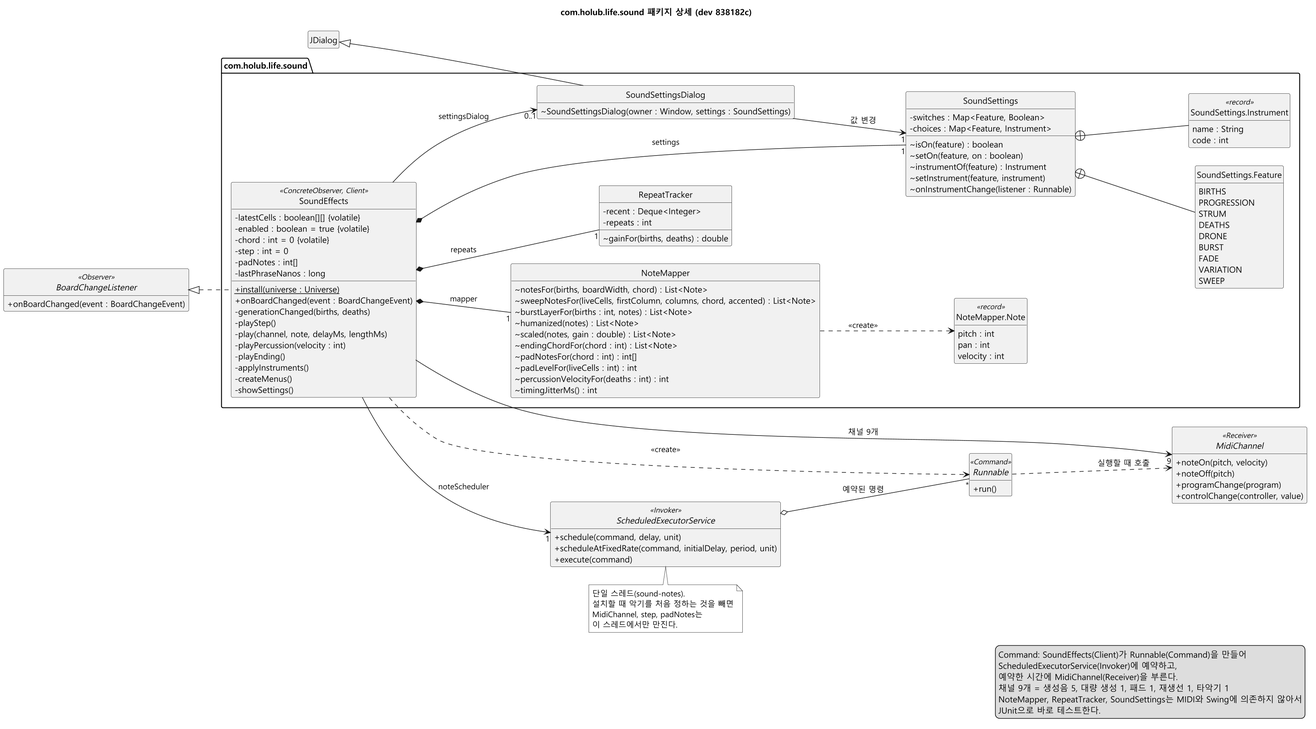
The PlantUML diagram docs/sound-effects/diagram/class-sound.png in mckimR1972/DP_team_project, before a commit.
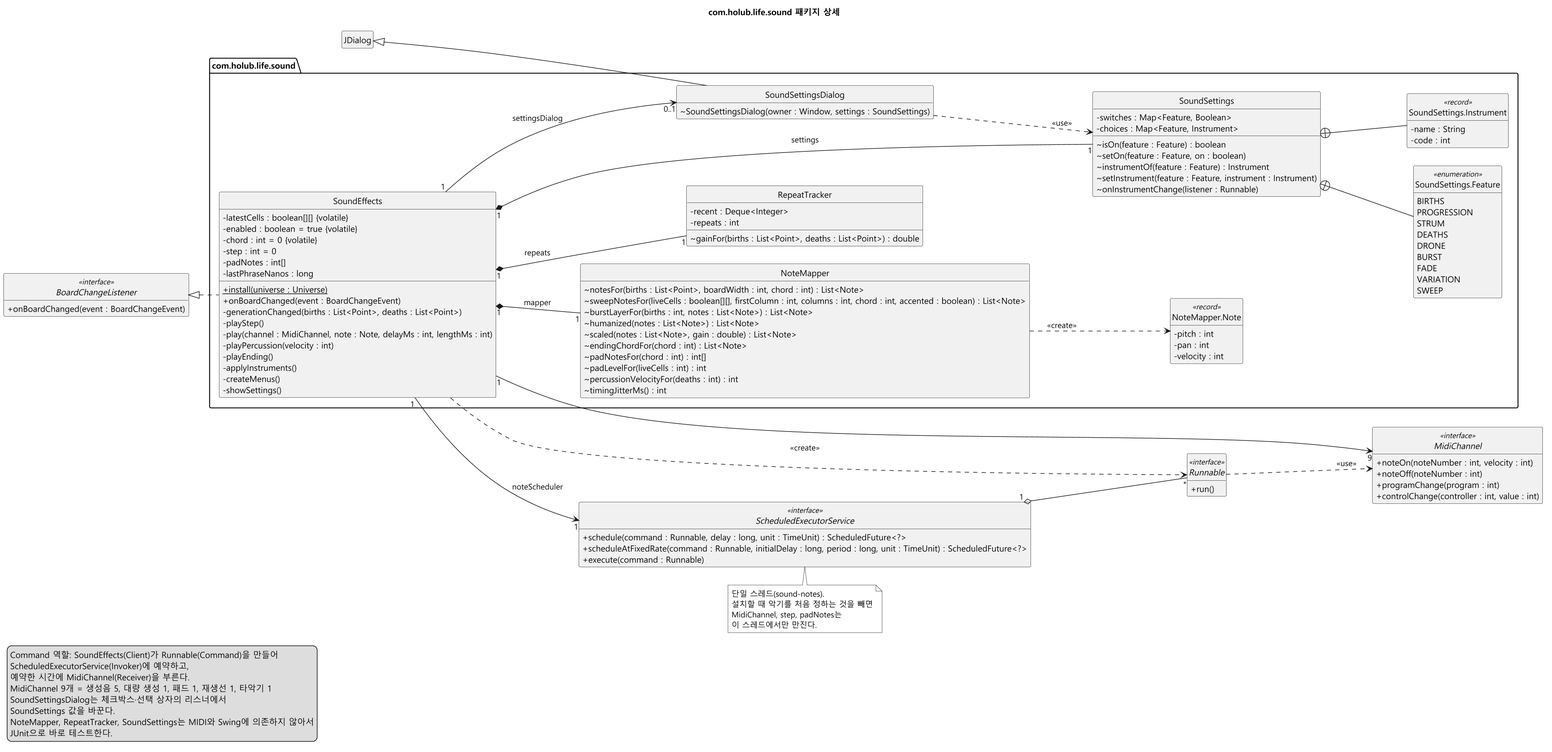
The same diagram one commit later.

Change to the diagram source:
```diff
@@ -9,16 +9,16 @@
 hide empty members
 set separator none
 left to right direction
-skinparam ranksep 70
+skinparam ranksep 50
 skinparam nodesep 30
-title com.holub.life.sound 패키지 상세 (dev 838182c)
+title com.holub.life.sound 패키지 상세
 
-interface BoardChangeListener <<Observer>> {
+interface BoardChangeListener <<interface>> {
   + onBoardChanged(event : BoardChangeEvent)
 }
 
 package "com.holub.life.sound" {
-  class SoundEffects <<ConcreteObserver, Client>> {
+  class SoundEffects {
     - latestCells : boolean[][] {volatile}
     - enabled : boolean = true {volatile}
     - chord : int = 0 {volatile}
@@ -27,9 +27,9 @@
     - lastPhraseNanos : long
     + {static} install(universe : Universe)
     + onBoardChanged(event : BoardChangeEvent)
-    - generationChanged(births, deaths)
+    - generationChanged(births : List<Point>, deaths : List<Point>)
     - playStep()
-    - play(channel, note, delayMs, lengthMs)
+    - play(channel : MidiChannel, note : Note, delayMs : int, lengthMs : int)
     - playPercussion(velocity : int)
     - playEnding()
     - applyInstruments()
@@ -38,11 +38,11 @@
   }
 
   class NoteMapper {
-    ~ notesFor(births, boardWidth, chord) : List<Note>
-    ~ sweepNotesFor(liveCells, firstColumn, columns, chord, accented) : List<Note>
-    ~ burstLayerFor(births : int, notes) : List<Note>
-    ~ humanized(notes) : List<Note>
-    ~ scaled(notes, gain : double) : List<Note>
+    ~ notesFor(births : List<Point>, boardWidth : int, chord : int) : List<Note>
+    ~ sweepNotesFor(liveCells : boolean[][], firstColumn : int, columns : int, chord : int, accented : boolean) : List<Note>
+    ~ burstLayerFor(births : int, notes : List<Note>) : List<Note>
+    ~ humanized(notes : List<Note>) : List<Note>
+    ~ scaled(notes : List<Note>, gain : double) : List<Note>
     ~ endingChordFor(chord : int) : List<Note>
     ~ padNotesFor(chord : int) : int[]
     ~ padLevelFor(liveCells : int) : int
@@ -53,16 +53,16 @@
   class RepeatTracker {
     - recent : Deque<Integer>
     - repeats : int
-    ~ gainFor(births, deaths) : double
+    ~ gainFor(births : List<Point>, deaths : List<Point>) : double
   }
 
   class SoundSettings {
     - switches : Map<Feature, Boolean>
     - choices : Map<Feature, Instrument>
-    ~ isOn(feature) : boolean
-    ~ setOn(feature, on : boolean)
-    ~ instrumentOf(feature) : Instrument
-    ~ setInstrument(feature, instrument)
+    ~ isOn(feature : Feature) : boolean
+    ~ setOn(feature : Feature, on : boolean)
+    ~ instrumentOf(feature : Feature) : Instrument
+    ~ setInstrument(feature : Feature, instrument : Instrument)
     ~ onInstrumentChange(listener : Runnable)
   }
 
@@ -71,12 +71,12 @@
   }
 
   class "NoteMapper.Note" as Note <<record>> {
-    pitch : int
-    pan : int
-    velocity : int
+    - pitch : int
+    - pan : int
+    - velocity : int
   }
 
-  enum "SoundSettings.Feature" as Feature {
+  enum "SoundSettings.Feature" as Feature <<enumeration>> {
     BIRTHS
     PROGRESSION
     STRUM
@@ -89,47 +89,47 @@
   }
 
   class "SoundSettings.Instrument" as Instrument <<record>> {
-    name : String
-    code : int
+    - name : String
+    - code : int
   }
 }
 
-interface ScheduledExecutorService <<Invoker>> {
-  + schedule(command, delay, unit)
-  + scheduleAtFixedRate(command, initialDelay, period, unit)
-  + execute(command)
+interface ScheduledExecutorService <<interface>> {
+  + schedule(command : Runnable, delay : long, unit : TimeUnit) : ScheduledFuture<?>
+  + scheduleAtFixedRate(command : Runnable, initialDelay : long, period : long, unit : TimeUnit) : ScheduledFuture<?>
+  + execute(command : Runnable)
 }
 
-interface Runnable <<Command>> {
+interface Runnable <<interface>> {
   + run()
 }
 
-interface MidiChannel <<Receiver>> {
-  + noteOn(pitch, velocity)
-  + noteOff(pitch)
-  + programChange(program)
-  + controlChange(controller, value)
+interface MidiChannel <<interface>> {
+  + noteOn(noteNumber : int, velocity : int)
+  + noteOff(noteNumber : int)
+  + programChange(program : int)
+  + controlChange(controller : int, value : int)
 }
 
 class JDialog
 
 BoardChangeListener <|.. SoundEffects
 
-SoundEffects *-- "1" NoteMapper : mapper
-SoundEffects *-- "1" RepeatTracker : repeats
-SoundEffects *-- "1" SoundSettings : settings
-SoundEffects --> "0..1" SoundSettingsDialog : settingsDialog
-SoundEffects --> "1" ScheduledExecutorService : noteScheduler
-SoundEffects --> "9" MidiChannel : 채널 9개
+SoundEffects "1" *-- "1" NoteMapper : mapper
+SoundEffects "1" *-- "1" RepeatTracker : repeats
+SoundEffects "1" *-- "1" SoundSettings : settings
+SoundEffects "1" --> "0..1" SoundSettingsDialog : settingsDialog
+SoundEffects "1" --> "1" ScheduledExecutorService : noteScheduler
+SoundEffects "1" --> "9" MidiChannel
 SoundEffects ..> Runnable : <<create>>
 
 NoteMapper ..> Note : <<create>>
 SoundSettings +-- Feature
 SoundSettings +-- Instrument
-SoundSettingsDialog --> "1" SoundSettings : 값 변경
+SoundSettingsDialog ..> SoundSettings : <<use>>
 JDialog <|-- SoundSettingsDialog
-ScheduledExecutorService o-- "*" Runnable : 예약된 명령
-Runnable ..> MidiChannel : 실행할 때 호출
+ScheduledExecutorService "1" o-- "*" Runnable
+Runnable ..> MidiChannel : <<use>>
 
 note bottom of ScheduledExecutorService
   단일 스레드(sound-notes).
@@ -138,11 +138,13 @@
   이 스레드에서만 만진다.
 end note
 
-legend right
-  Command: SoundEffects(Client)가 Runnable(Command)을 만들어
+legend bottom left
+  Command 역할: SoundEffects(Client)가 Runnable(Command)을 만들어
   ScheduledExecutorService(Invoker)에 예약하고,
   예약한 시간에 MidiChannel(Receiver)을 부른다.
-  채널 9개 = 생성음 5, 대량 생성 1, 패드 1, 재생선 1, 타악기 1
+  MidiChannel 9개 = 생성음 5, 대량 생성 1, 패드 1, 재생선 1, 타악기 1
+  SoundSettingsDialog는 체크박스·선택 상자의 리스너에서
+  SoundSettings 값을 바꾼다.
   NoteMapper, RepeatTracker, SoundSettings는 MIDI와 Swing에 의존하지 않아서
   JUnit으로 바로 테스트한다.
 endlegend
```
